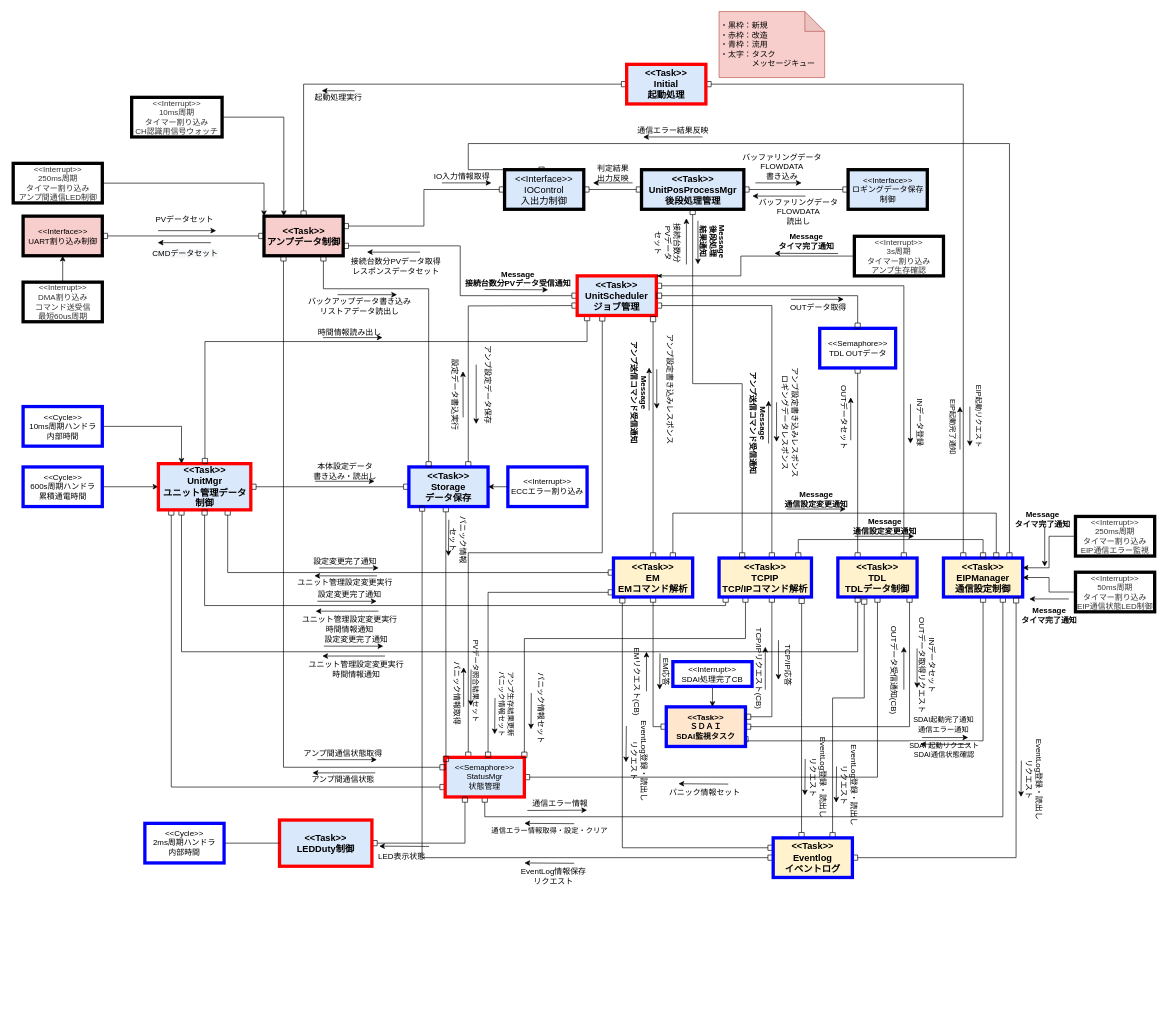
Before: page "RevC_動的構造" (4 of 4) of NWユニット_アーキテクチャ図.drawio in YutaSuzukiGARI/nwunit, a draw.io diagram. Source tidied: cells renumbered, new cells numbered last; positions are measured from the earlier drawing's top-left corner, leaving out a move shared by most shapes. Both pictures are drawn from the tidied source at 66%, with x=0, y=0 at pixel (13, 11).
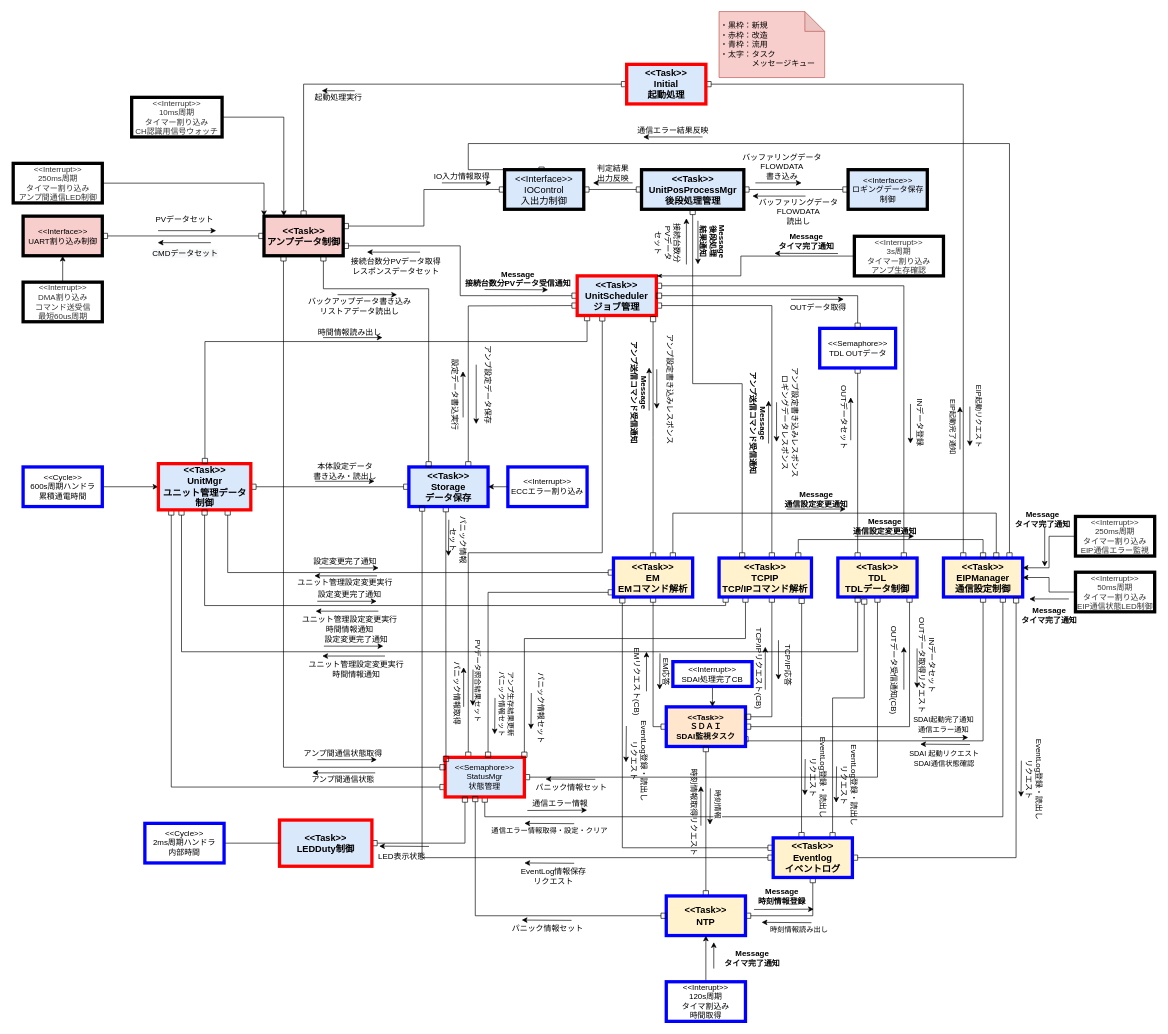
Above is the later version.

Commit message:
NWユニット_アーキテクチャ図.drawio を更新します

The change refers to these unchanged cells:
```xml
<mxCell id="8" style="edgeStyle=orthogonalEdgeStyle;rounded=0;jettySize=auto;html=1;entryX=1;entryY=0.75;entryDx=0;entryDy=0;startArrow=box;startFill=0;endArrow=box;endFill=0;" parent="1" edge="1" source="12" target="27">
  <mxGeometry relative="1" as="geometry">
    <Array as="points">
      <mxPoint x="1470" y="1105" />
    </Array>
  </mxGeometry>
</mxCell>
<mxCell id="17" style="edgeStyle=orthogonalEdgeStyle;rounded=0;jettySize=auto;html=1;startArrow=box;startFill=0;endArrow=box;endFill=0;exitX=0.317;exitY=1.008;exitDx=0;exitDy=0;exitPerimeter=0;" parent="1" edge="1" source="78" target="36">
  <mxGeometry relative="1" as="geometry">
    <Array as="points">
      <mxPoint x="893" y="820" />
      <mxPoint x="690" y="820" />
    </Array>
  </mxGeometry>
</mxCell>
<mxCell id="27" value="&amp;lt;&amp;lt;Task&amp;gt;&amp;gt;&lt;br&gt;ＳＤＡＩ&lt;br&gt;SDAI監視タスク" style="rounded=0;whiteSpace=wrap;html=1;fillColor=#ffe6cc;strokeColor=#0000FF;strokeWidth=5;fontStyle=1;" parent="1" vertex="1">
  <mxGeometry x="990" y="1053.5" width="120" height="60" as="geometry" />
</mxCell>
<mxCell id="34" value="&amp;lt;&amp;lt;Task&amp;gt;&amp;gt;&lt;br style=&quot;font-size: 14px&quot;&gt;UnitMgr&lt;br&gt;ユニット管理データ制御" style="rounded=0;whiteSpace=wrap;html=1;fillColor=#dae8fc;strokeColor=#FF0000;strokeWidth=5;fontStyle=1;fontSize=14;" parent="1" vertex="1">
  <mxGeometry x="220.5" y="685" width="140" height="70" as="geometry" />
</mxCell>
<mxCell id="36" value="&amp;lt;&amp;lt;Semaphore&amp;gt;&amp;gt;&lt;br&gt;StatusMgr&lt;br&gt;状態管理" style="rounded=0;whiteSpace=wrap;html=1;fillColor=#dae8fc;strokeColor=#FF0000;strokeWidth=5;" parent="1" vertex="1">
  <mxGeometry x="655" y="1130" width="120" height="60" as="geometry" />
</mxCell>
<mxCell id="129" value="&amp;lt;&amp;lt;Task&amp;gt;&amp;gt;&lt;br&gt;Eventlog&lt;br&gt;イベントログ" style="rounded=0;whiteSpace=wrap;html=1;fillColor=#fff2cc;strokeColor=#0000FF;strokeWidth=5;fontStyle=1;fontSize=14;" parent="1" vertex="1">
  <mxGeometry x="1152" y="1252" width="120" height="60" as="geometry" />
</mxCell>
```

What changed in the source:
```diff
@@
     <mxCell id="9" value="SDAI 起動リクエスト&lt;br&gt;SDAI通信状態確認" style="edgeLabel;html=1;align=center;verticalAlign=middle;" parent="8" vertex="1">
       <mxGeometry x="-0.33" y="-67" relative="1" as="geometry">
-        <mxPoint x="7" y="35" as="offset" />
+        <mxPoint x="7" y="48" as="offset" />
       </mxGeometry>
     </mxCell>
@@
     <mxCell id="18" value="PVデータ照合結果セット" style="edgeLabel;html=1;align=center;verticalAlign=middle;rotation=90;" parent="17" vertex="1">
       <mxGeometry x="0.17" y="3" relative="1" as="geometry">
-        <mxPoint x="-39" y="190" as="offset" />
+        <mxPoint x="-36" y="190" as="offset" />
       </mxGeometry>
     </mxCell>
@@
     <mxCell id="111" style="endArrow=classic;html=1;fontColor=#FF3333;" parent="1" edge="1">
       <mxGeometry relative="1" as="geometry">
-        <mxPoint x="694.2" y="997" as="sourcePoint" />
-        <mxPoint x="693.8" y="1052" as="targetPoint" />
+        <mxPoint x="697.2" y="997" as="sourcePoint" />
+        <mxPoint x="696.8" y="1052" as="targetPoint" />
       </mxGeometry>
     </mxCell>
@@
+    <mxCell id="209" style="edgeStyle=orthogonalEdgeStyle;rounded=0;jettySize=auto;html=1;entryX=1;entryY=0.5;entryDx=0;entryDy=0;startArrow=box;startFill=0;endArrow=box;endFill=0;" parent="1" edge="1" source="129" target="211">
+      <mxGeometry relative="1" as="geometry">
+        <Array as="points">
+          <mxPoint x="1212" y="1370" />
+        </Array>
+      </mxGeometry>
+    </mxCell>
@@
     <mxCell id="175" value="パニック情報セット" style="text;html=1;align=center;verticalAlign=middle;rotation=0;" parent="1" vertex="1">
-      <mxGeometry x="987.5" y="1173.5" width="120" height="20" as="geometry" />
+      <mxGeometry x="786" y="1166.2" width="120" height="20" as="geometry" />
     </mxCell>
     <mxCell id="176" style="endArrow=classic;html=1;fontColor=#FF3333;" parent="1" edge="1">
       <mxGeometry relative="1" as="geometry">
-        <mxPoint x="1084" y="1170.5" as="sourcePoint" />
-        <mxPoint x="1008.5" y="1170" as="targetPoint" />
+        <mxPoint x="882.5" y="1163.3" as="sourcePoint" />
+        <mxPoint x="807" y="1162.8" as="targetPoint" />
       </mxGeometry>
     </mxCell>
@@
-    <mxCell id="193" style="edgeStyle=orthogonalEdgeStyle;rounded=0;jettySize=auto;html=1;entryX=0.25;entryY=0;entryDx=0;entryDy=0;startArrow=none;startFill=0;endArrow=classic;endFill=1;" parent="1" edge="1" source="194" target="34">
-      <mxGeometry relative="1" as="geometry" />
-    </mxCell>
-    <mxCell id="194" value="&amp;lt;&amp;lt;Cycle&amp;gt;&amp;gt;&lt;br&gt;10ms周期ハンドラ&lt;br&gt;内部時間" style="rounded=0;whiteSpace=wrap;html=1;strokeColor=#0000FF;strokeWidth=5;" parent="1" vertex="1">
-      <mxGeometry x="15.5" y="598.5" width="120" height="60" as="geometry" />
-    </mxCell>
@@
+    <mxCell id="210" style="edgeStyle=orthogonalEdgeStyle;rounded=0;jettySize=auto;html=1;entryX=0.5;entryY=1;entryDx=0;entryDy=0;endArrow=box;endFill=0;startArrow=box;startFill=0;" parent="1" edge="1" source="211" target="27">
+      <mxGeometry relative="1" as="geometry" />
+    </mxCell>
+    <mxCell id="211" value="&amp;lt;&amp;lt;Task&amp;gt;&amp;gt;&lt;br&gt;NTP" style="rounded=0;whiteSpace=wrap;html=1;fillColor=#fff2cc;strokeColor=#0000FF;strokeWidth=5;fontStyle=1;fontSize=14;" parent="1" vertex="1">
+      <mxGeometry x="990" y="1340" width="120" height="60" as="geometry" />
+    </mxCell>
+    <mxCell id="212" style="edgeStyle=orthogonalEdgeStyle;rounded=0;jettySize=auto;html=1;" parent="1" edge="1" source="213" target="211">
+      <mxGeometry relative="1" as="geometry" />
+    </mxCell>
+    <mxCell id="213" value="&amp;lt;&amp;lt;Interupt&amp;gt;&amp;gt;&lt;br&gt;120s周期&lt;div&gt;タイマ割込み&lt;/div&gt;&lt;div&gt;時間取得&lt;br&gt;&lt;/div&gt;" style="rounded=0;whiteSpace=wrap;html=1;strokeColor=#0000FF;strokeWidth=5;" parent="1" vertex="1">
+      <mxGeometry x="990" y="1470" width="120" height="60" as="geometry" />
+    </mxCell>
+    <mxCell id="214" value="Message&lt;br&gt;タイマ完了通知" style="text;html=1;align=center;verticalAlign=middle;fontStyle=1;" parent="1" vertex="1">
+      <mxGeometry x="1070" y="1420" width="100" height="30" as="geometry" />
+    </mxCell>
+    <mxCell id="215" style="endArrow=classic;html=1;fontColor=#FF3333;" parent="1" edge="1">
+      <mxGeometry relative="1" as="geometry">
+        <mxPoint x="1062" y="1450" as="sourcePoint" />
+        <mxPoint x="1062" y="1410" as="targetPoint" />
+      </mxGeometry>
+    </mxCell>
+    <mxCell id="216" style="edgeStyle=orthogonalEdgeStyle;rounded=0;jettySize=auto;html=1;entryX=0.38;entryY=0.987;entryDx=0;entryDy=0;entryPerimeter=0;endArrow=box;endFill=0;startArrow=box;startFill=0;" parent="1" edge="1" source="211" target="36">
+      <mxGeometry relative="1" as="geometry" />
+    </mxCell>
+    <mxCell id="217" value="パニック情報セット" style="text;html=1;align=center;verticalAlign=middle;rotation=0;" parent="1" vertex="1">
+      <mxGeometry x="750" y="1380" width="120" height="20" as="geometry" />
+    </mxCell>
+    <mxCell id="218" style="endArrow=classic;html=1;fontColor=#FF3333;" parent="1" edge="1">
+      <mxGeometry relative="1" as="geometry">
+        <mxPoint x="846.5" y="1377" as="sourcePoint" />
+        <mxPoint x="771" y="1376.5" as="targetPoint" />
+      </mxGeometry>
+    </mxCell>
+    <mxCell id="219" value="時刻情報" style="edgeLabel;html=1;align=center;verticalAlign=middle;rotation=90;" parent="1" vertex="1">
+      <mxGeometry x="1070" y="1200" as="geometry" />
+    </mxCell>
+    <mxCell id="220" style="endArrow=classic;html=1;fontColor=#FF3333;" parent="1" edge="1">
+      <mxGeometry relative="1" as="geometry">
+        <mxPoint x="1056.8" y="1177" as="sourcePoint" />
+        <mxPoint x="1056.2" y="1232" as="targetPoint" />
+      </mxGeometry>
+    </mxCell>
+    <mxCell id="221" value="時刻情報取得リクエスト" style="text;html=1;align=center;verticalAlign=middle;rotation=90;" parent="1" vertex="1">
+      <mxGeometry x="952.5" y="1197.5" width="160" height="30" as="geometry" />
+    </mxCell>
+    <mxCell id="222" style="endArrow=classic;html=1;fontColor=#FF3333;" parent="1" edge="1">
+      <mxGeometry relative="1" as="geometry">
+        <mxPoint x="1042.5" y="1233.5" as="sourcePoint" />
+        <mxPoint x="1042.5" y="1173.5" as="targetPoint" />
+      </mxGeometry>
+    </mxCell>
+    <mxCell id="223" value="時刻情報読み出し" style="edgeLabel;html=1;align=center;verticalAlign=middle;" parent="1" vertex="1">
+      <mxGeometry x="1190" y="1390" as="geometry" />
+    </mxCell>
+    <mxCell id="224" style="endArrow=classic;html=1;fontColor=#FF3333;" parent="1" edge="1">
+      <mxGeometry relative="1" as="geometry">
+        <mxPoint x="1210" y="1380.5" as="sourcePoint" />
+        <mxPoint x="1134.5" y="1380" as="targetPoint" />
+      </mxGeometry>
+    </mxCell>
+    <mxCell id="225" style="endArrow=classic;html=1;fontColor=#FF3333;" parent="1" edge="1">
+      <mxGeometry relative="1" as="geometry">
+        <mxPoint x="1123" y="1360.5" as="sourcePoint" />
+        <mxPoint x="1213.5" y="1360" as="targetPoint" />
+      </mxGeometry>
+    </mxCell>
+    <mxCell id="226" value="Message&lt;div&gt;時刻情報登録&lt;/div&gt;" style="text;html=1;align=center;verticalAlign=middle;fontStyle=1;" parent="1" vertex="1">
+      <mxGeometry x="1115" y="1320" width="100" height="40" as="geometry" />
+    </mxCell>
```
